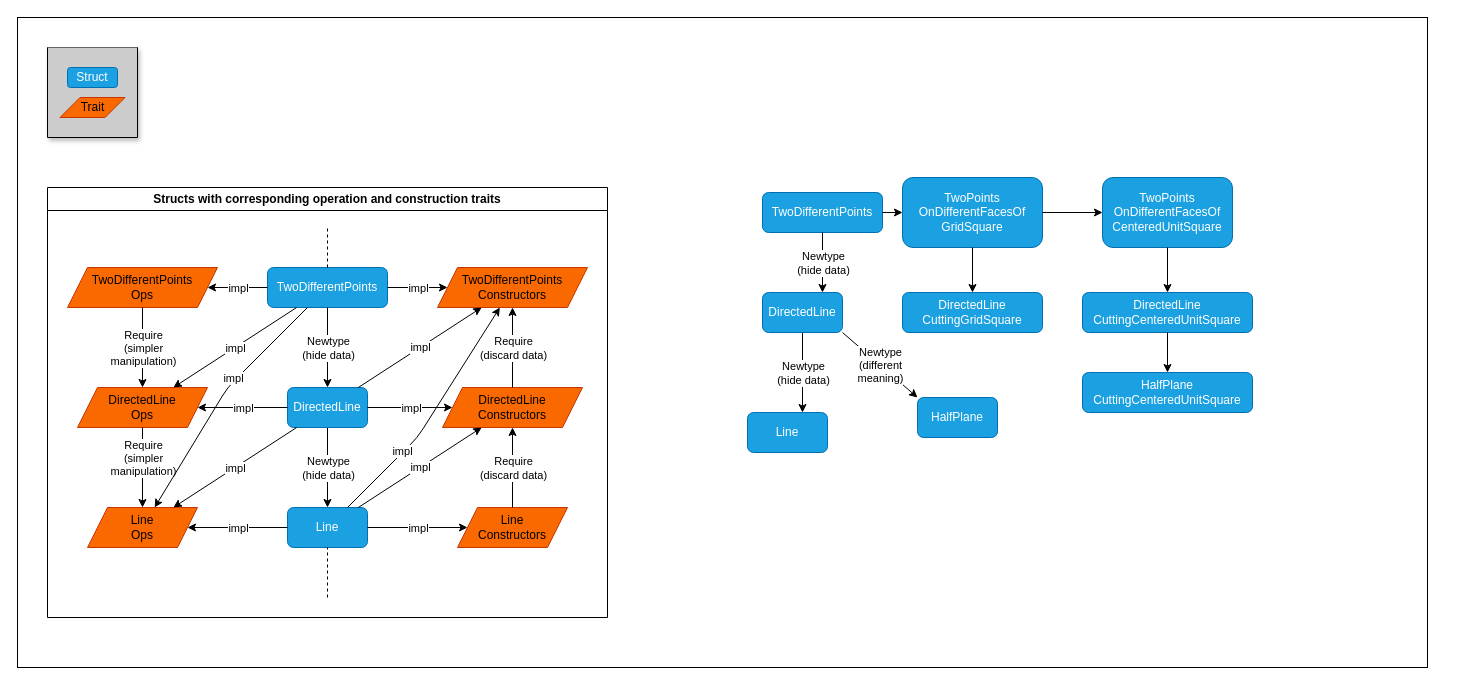
The draw.io diagram docs/newtype_hierarchy.drawio in willhansen/widgetmancer, before the edit. Source tidied: cells renumbered, new cells numbered last; positions are measured from the earlier drawing's top-left corner, leaving out a move shared by most shapes. Both pictures are drawn from the tidied source at 100%, with x=0, y=0 at pixel (17, 17).
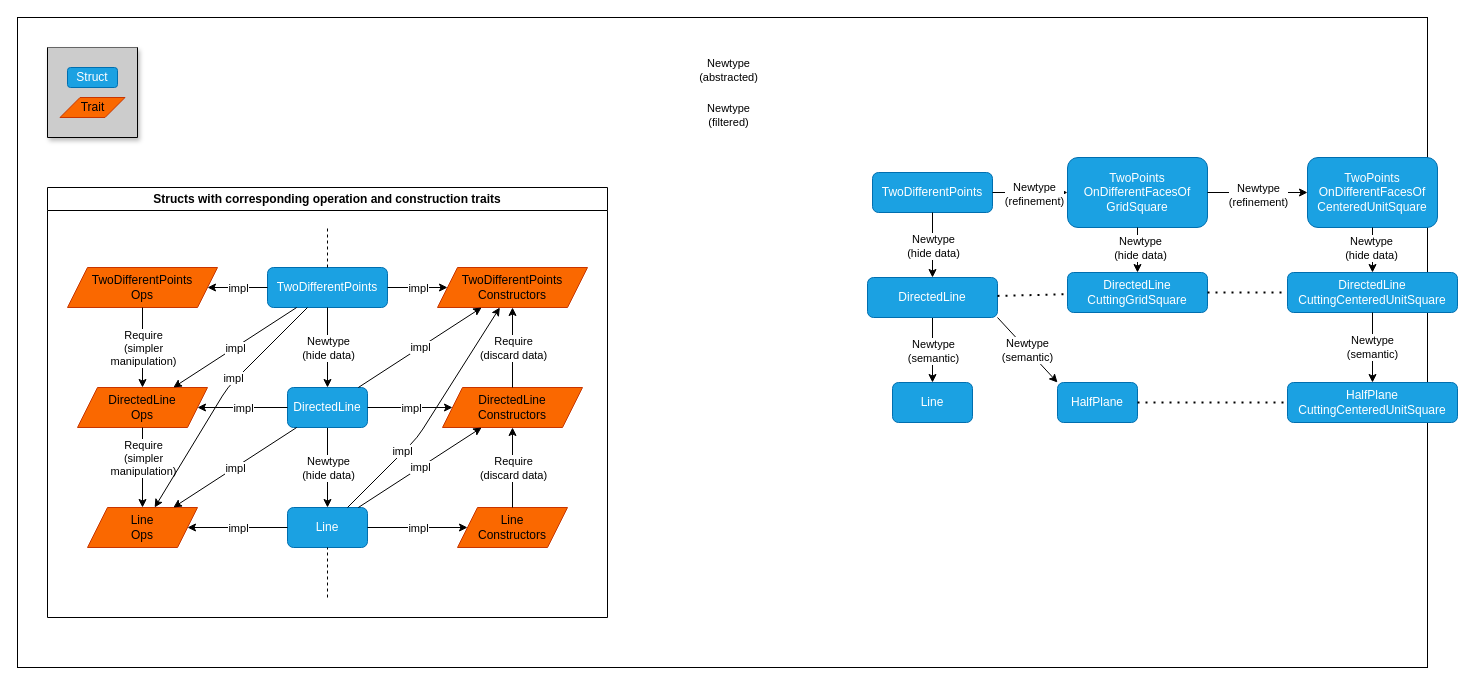
After the change.

Commit message (it also covers changes not shown here):
More geometry hierarchy adjustments.  WIP

Unchanged cells that the change refers to:
```xml
<mxCell id="57" style="edgeStyle=orthogonalEdgeStyle;rounded=1;jettySize=auto;html=1;noEdgeStyle=1;orthogonal=1;" parent="3" edge="1" source="59" target="56">
  <mxGeometry relative="1" as="geometry" />
</mxCell>
<mxCell id="64" style="edgeStyle=orthogonalEdgeStyle;rounded=1;jettySize=auto;html=1;noEdgeStyle=1;orthogonal=1;" parent="3" edge="1" source="59" target="63">
  <mxGeometry relative="1" as="geometry" />
</mxCell>
<mxCell id="71" style="endArrow=classic;html=1;rounded=0;" parent="3" edge="1" source="60" target="69">
  <mxGeometry relative="1" as="geometry" />
</mxCell>
<mxCell id="72" style="endArrow=classic;html=1;rounded=0;" parent="3" edge="1" source="69" target="70">
  <mxGeometry relative="1" as="geometry" />
</mxCell>
<mxCell id="73" style="endArrow=classic;html=1;rounded=0;" parent="3" edge="1" source="70" target="67">
  <mxGeometry relative="1" as="geometry" />
</mxCell>
<mxCell id="74" style="endArrow=classic;html=1;rounded=0;" parent="3" edge="1" source="69" target="68">
  <mxGeometry relative="1" as="geometry" />
</mxCell>
```

Change to the diagram source:
```diff
@@
     <mxCell id="56" value="&lt;div&gt;Line&lt;/div&gt;" style="rounded=1;whiteSpace=wrap;html=1;fillColor=#1ba1e2;strokeColor=#006EAF;fontColor=#ffffff;" parent="3" vertex="1">
-      <mxGeometry x="730" y="395" width="80" height="40" as="geometry" />
+      <mxGeometry x="875" y="365" width="80" height="40" as="geometry" />
     </mxCell>
@@
-    <mxCell id="58" value="&lt;div&gt;Newtype&lt;/div&gt;&lt;div&gt;(hide data)&lt;br&gt;&lt;/div&gt;" style="edgeLabel;html=1;align=center;verticalAlign=middle;rounded=1;" parent="57" vertex="1">
+    <mxCell id="58" value="&lt;div&gt;Newtype&lt;/div&gt;&lt;div&gt;(semantic)&lt;br&gt;&lt;/div&gt;" style="edgeLabel;html=1;align=center;verticalAlign=middle;rounded=1;" parent="57" vertex="1">
       <mxGeometry relative="1" as="geometry" />
     </mxCell>
     <mxCell id="59" value="&lt;div&gt;DirectedLine&lt;/div&gt;" style="rounded=1;whiteSpace=wrap;html=1;fillColor=#1ba1e2;strokeColor=#006EAF;fontColor=#ffffff;" parent="3" vertex="1">
-      <mxGeometry x="745" y="275" width="80" height="40" as="geometry" />
+      <mxGeometry x="850" y="260" width="130" height="40" as="geometry" />
     </mxCell>
     <mxCell id="60" value="TwoDifferentPoints" style="rounded=1;whiteSpace=wrap;html=1;fillColor=#1ba1e2;strokeColor=#006EAF;fontColor=#ffffff;" parent="3" vertex="1">
-      <mxGeometry x="745" y="175" width="120" height="40" as="geometry" />
+      <mxGeometry x="855" y="155" width="120" height="40" as="geometry" />
     </mxCell>
@@
     <mxCell id="63" value="HalfPlane" style="rounded=1;whiteSpace=wrap;html=1;fillColor=#1ba1e2;strokeColor=#006EAF;fontColor=#ffffff;" parent="3" vertex="1">
-      <mxGeometry x="900" y="380" width="80" height="40" as="geometry" />
+      <mxGeometry x="1040" y="365" width="80" height="40" as="geometry" />
     </mxCell>
@@
-    <mxCell id="65" value="&lt;div&gt;Newtype&lt;/div&gt;&lt;div&gt;(different&lt;/div&gt;&lt;div&gt;meaning)&lt;br&gt;&lt;/div&gt;" style="edgeLabel;html=1;align=center;verticalAlign=middle;rounded=1;" parent="64" vertex="1">
+    <mxCell id="65" value="&lt;div&gt;Newtype&lt;/div&gt;&lt;div&gt;(semantic)&lt;br&gt;&lt;/div&gt;" style="edgeLabel;html=1;align=center;verticalAlign=middle;rounded=1;" parent="64" vertex="1">
       <mxGeometry relative="1" as="geometry" />
     </mxCell>
-    <mxCell id="66" value="&amp;nbsp;" style="text;whiteSpace=wrap;html=1;" parent="3" vertex="1">
-      <mxGeometry x="680" y="150" width="40" height="40" as="geometry" />
-    </mxCell>
     <mxCell id="67" value="&lt;div&gt;DirectedLine&lt;/div&gt;&lt;div&gt;CuttingCenteredUnitSquare&lt;br&gt;&lt;/div&gt;" style="rounded=1;whiteSpace=wrap;html=1;fillColor=#1ba1e2;strokeColor=#006EAF;fontColor=#ffffff;" parent="3" vertex="1">
-      <mxGeometry x="1065" y="275" width="170" height="40" as="geometry" />
+      <mxGeometry x="1270" y="255" width="170" height="40" as="geometry" />
     </mxCell>
     <mxCell id="68" value="&lt;div&gt;DirectedLine&lt;/div&gt;&lt;div&gt;CuttingGridSquare&lt;br&gt;&lt;/div&gt;" style="rounded=1;whiteSpace=wrap;html=1;fillColor=#1ba1e2;strokeColor=#006EAF;fontColor=#ffffff;" parent="3" vertex="1">
-      <mxGeometry x="885" y="275" width="140" height="40" as="geometry" />
+      <mxGeometry x="1050" y="255" width="140" height="40" as="geometry" />
     </mxCell>
     <mxCell id="69" value="&lt;div&gt;TwoPoints&lt;/div&gt;&lt;div&gt;OnDifferentFacesOf&lt;/div&gt;&lt;div&gt;GridSquare&lt;/div&gt;" style="rounded=1;whiteSpace=wrap;html=1;fillColor=#1ba1e2;strokeColor=#006EAF;fontColor=#ffffff;" parent="3" vertex="1">
-      <mxGeometry x="885" y="160" width="140" height="70" as="geometry" />
+      <mxGeometry x="1050" y="140" width="140" height="70" as="geometry" />
     </mxCell>
     <mxCell id="70" value="&lt;div&gt;TwoPoints&lt;/div&gt;&lt;div&gt;OnDifferentFacesOf&lt;/div&gt;&lt;div&gt;CenteredUnitSquare&lt;/div&gt;" style="rounded=1;whiteSpace=wrap;html=1;fillColor=#1ba1e2;strokeColor=#006EAF;fontColor=#ffffff;" parent="3" vertex="1">
-      <mxGeometry x="1085" y="160" width="130" height="70" as="geometry" />
+      <mxGeometry x="1290" y="140" width="130" height="70" as="geometry" />
     </mxCell>
@@
+    <mxCell id="77" value="&lt;div&gt;Newtype&lt;/div&gt;&lt;div&gt;(refinement)&lt;br&gt;&lt;/div&gt;" style="edgeLabel;html=1;align=center;verticalAlign=middle;" parent="71" vertex="1">
+      <mxGeometry x="0.08" y="-1" relative="1" as="geometry" />
+    </mxCell>
@@
+    <mxCell id="78" value="&lt;div&gt;Newtype&lt;/div&gt;&lt;div&gt;(refinement)&lt;br&gt;&lt;/div&gt;" style="edgeLabel;html=1;align=center;verticalAlign=middle;" parent="72" vertex="1">
+      <mxGeometry y="-2" relative="1" as="geometry" />
+    </mxCell>
@@
+    <mxCell id="79" value="&lt;div&gt;Newtype&lt;/div&gt;&lt;div&gt;(hide data)&lt;br&gt;&lt;/div&gt;" style="edgeLabel;html=1;align=center;verticalAlign=middle;" parent="73" vertex="1">
+      <mxGeometry x="0.31" y="-2" relative="1" as="geometry">
+        <mxPoint y="-9" as="offset" />
+      </mxGeometry>
+    </mxCell>
@@
+    <mxCell id="80" value="&lt;div&gt;Newtype&lt;/div&gt;&lt;div&gt;(hide data)&lt;br&gt;&lt;/div&gt;" style="edgeLabel;html=1;align=center;verticalAlign=middle;" parent="74" vertex="1">
+      <mxGeometry x="-0.38" y="2" relative="1" as="geometry">
+        <mxPoint y="6" as="offset" />
+      </mxGeometry>
+    </mxCell>
     <mxCell id="75" value="&lt;div&gt;HalfPlane&lt;/div&gt;CuttingCenteredUnitSquare" style="rounded=1;whiteSpace=wrap;html=1;fillColor=#1ba1e2;strokeColor=#006EAF;fontColor=#ffffff;" parent="3" vertex="1">
-      <mxGeometry x="1065" y="355" width="170" height="40" as="geometry" />
+      <mxGeometry x="1270" y="365" width="170" height="40" as="geometry" />
     </mxCell>
-    <mxCell id="76" style="endArrow=classic;html=1;rounded=0;" parent="3" edge="1" source="67" target="75">
+    <mxCell id="76" value="&lt;div&gt;Newtype&lt;/div&gt;&lt;div&gt;(semantic)&lt;br&gt;&lt;/div&gt;" style="endArrow=classic;html=1;rounded=0;" parent="3" edge="1" source="67" target="75">
       <mxGeometry relative="1" as="geometry" />
     </mxCell>
+    <mxCell id="81" style="endArrow=none;dashed=1;html=1;dashPattern=1 3;strokeWidth=2;rounded=0;" parent="3" edge="1" source="59" target="68">
+      <mxGeometry relative="1" as="geometry" />
+    </mxCell>
+    <mxCell id="82" style="endArrow=none;dashed=1;html=1;dashPattern=1 3;strokeWidth=2;rounded=0;" parent="3" edge="1" source="68" target="67">
+      <mxGeometry relative="1" as="geometry" />
+    </mxCell>
+    <mxCell id="83" style="endArrow=none;dashed=1;html=1;dashPattern=1 3;strokeWidth=2;rounded=0;" parent="3" edge="1" source="63" target="75">
+      <mxGeometry relative="1" as="geometry" />
+    </mxCell>
+    <mxCell id="84" value="&lt;div&gt;Newtype&lt;/div&gt;&lt;div&gt;(abstracted)&lt;br&gt;&lt;/div&gt;" style="edgeLabel;html=1;align=center;verticalAlign=middle;rounded=1;" parent="3" vertex="1">
+      <mxGeometry x="710" y="52.5" as="geometry" />
+    </mxCell>
+    <mxCell id="85" value="&lt;div&gt;Newtype&lt;/div&gt;&lt;div&gt;(filtered)&lt;br&gt;&lt;/div&gt;" style="edgeLabel;html=1;align=center;verticalAlign=middle;rounded=1;" parent="3" vertex="1">
+      <mxGeometry x="710" y="97.5" as="geometry" />
+    </mxCell>
```
